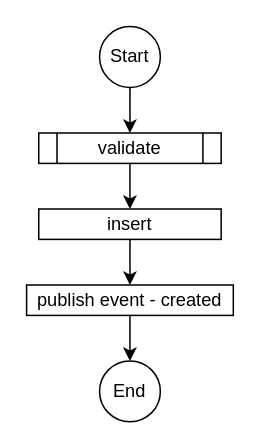
Earlier version of the draw.io diagram images/experiments/command/experiments-command-insert.drawio (neuro-stimulator/neuro-server). Source tidied: cells renumbered, new cells numbered last; positions are measured from the earlier drawing's top-left corner, leaving out a move shared by most shapes. Both pictures are drawn from the tidied source at 152%, with x=0, y=0 at pixel (26, 26).
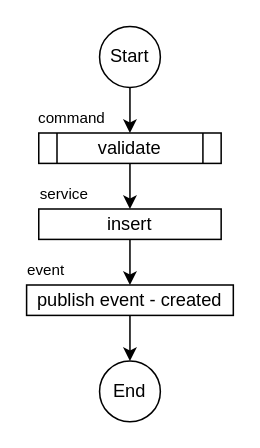
The same diagram, later.

What changed in the source:
```diff
@@
 <mxGraphModel>
   <root>
     <mxCell id="0" />
     <mxCell id="1" parent="0" />
     <mxCell id="2" value="Start" style="ellipse;whiteSpace=wrap;html=1;" parent="1" vertex="1">
       <mxGeometry x="48" width="40" height="40" as="geometry" />
     </mxCell>
     <mxCell id="3" style="edgeStyle=orthogonalEdgeStyle;rounded=0;jettySize=auto;html=1;exitX=0.5;exitY=1;exitDx=0;exitDy=0;" parent="1" edge="1" source="2" target="5">
       <mxGeometry relative="1" as="geometry" />
     </mxCell>
     <mxCell id="4" style="edgeStyle=orthogonalEdgeStyle;rounded=0;jettySize=auto;html=1;entryX=0.5;entryY=0;entryDx=0;entryDy=0;" parent="1" edge="1" source="5">
       <mxGeometry relative="1" as="geometry">
         <mxPoint x="68" y="120" as="targetPoint" />
       </mxGeometry>
     </mxCell>
     <mxCell id="5" value="&lt;span&gt;validate&lt;/span&gt;" style="shape=process;whiteSpace=wrap;html=1;backgroundOutline=1;" parent="1" vertex="1">
       <mxGeometry x="8" y="70" width="120" height="20" as="geometry" />
     </mxCell>
     <mxCell id="6" value="End" style="ellipse;whiteSpace=wrap;html=1;" parent="1" vertex="1">
       <mxGeometry x="48" y="220" width="40" height="40" as="geometry" />
     </mxCell>
     <mxCell id="7" style="edgeStyle=orthogonalEdgeStyle;rounded=0;jettySize=auto;html=1;entryX=0.5;entryY=0;entryDx=0;entryDy=0;" parent="1" edge="1" target="9">
       <mxGeometry relative="1" as="geometry">
         <mxPoint x="68" y="140" as="sourcePoint" />
       </mxGeometry>
     </mxCell>
     <mxCell id="8" style="edgeStyle=orthogonalEdgeStyle;rounded=0;jettySize=auto;html=1;entryX=0.5;entryY=0;entryDx=0;entryDy=0;" parent="1" edge="1" source="9" target="6">
       <mxGeometry relative="1" as="geometry" />
     </mxCell>
     <mxCell id="9" value="publish event - created" style="rounded=0;whiteSpace=wrap;html=1;" parent="1" vertex="1">
       <mxGeometry y="170" width="136" height="20" as="geometry" />
     </mxCell>
     <mxCell id="10" value="insert" style="rounded=0;whiteSpace=wrap;html=1;" parent="1" vertex="1">
       <mxGeometry x="8" y="120" width="120" height="20" as="geometry" />
     </mxCell>
+    <mxCell id="11" value="command" style="text;html=1;strokeColor=none;fillColor=none;align=center;verticalAlign=middle;whiteSpace=wrap;rounded=0;fontSize=10;" parent="1" vertex="1">
+      <mxGeometry x="8" y="50" width="44" height="20" as="geometry" />
+    </mxCell>
+    <mxCell id="12" value="service" style="text;html=1;strokeColor=none;fillColor=none;align=center;verticalAlign=middle;whiteSpace=wrap;rounded=0;fontSize=10;" parent="1" vertex="1">
+      <mxGeometry x="8" y="100" width="34" height="20" as="geometry" />
+    </mxCell>
+    <mxCell id="13" value="event" style="text;html=1;strokeColor=none;fillColor=none;align=center;verticalAlign=middle;whiteSpace=wrap;rounded=0;fontSize=10;" parent="1" vertex="1">
+      <mxGeometry y="150" width="26" height="20" as="geometry" />
+    </mxCell>
   </root>
 </mxGraphModel>
```
